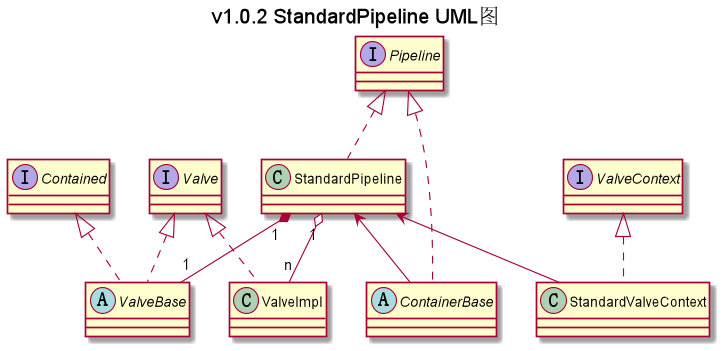
Executioner2/http-server keeps this PlantUML diagram as uml/v1.0.2/pip.png. Above is the earlier version. Its diagram source:
```plantuml
@startuml
title v1.0.2 StandardPipeline UML图

interface Contained
interface Pipeline
interface Valve
interface ValveContext
abstract class ValveBase
abstract class ContainerBase
class StandardPipeline
class StandardValveContext
class ValveImpl

Contained <|.. ValveBase
Valve <|.. ValveBase
Valve <|.. ValveImpl
ValveContext <|.. StandardValveContext
Pipeline <|.. StandardPipeline
Pipeline <|.. ContainerBase
StandardPipeline <-- ContainerBase
StandardPipeline <-- StandardValveContext
StandardPipeline "1" *-- "1" ValveBase
StandardPipeline "1" o-- "n" ValveImpl

@enduml
```
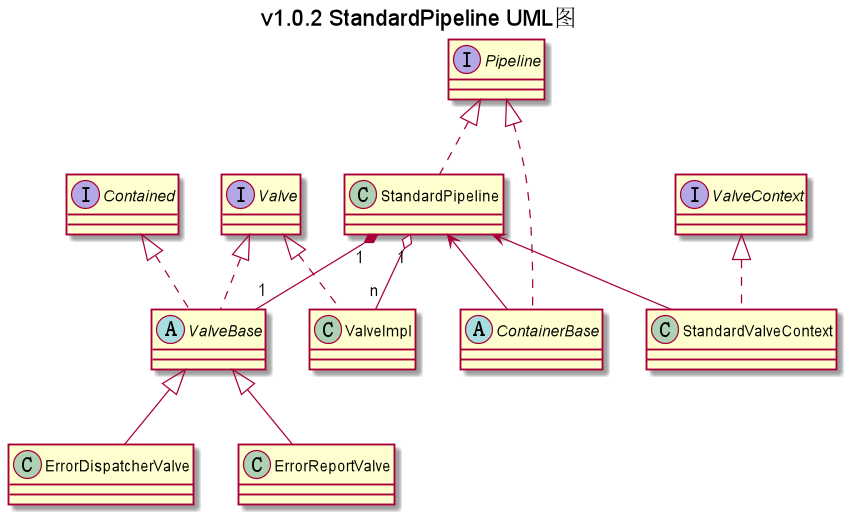
Later version of the same file.

What changed in the source:
```diff
@@ -10,7 +10,11 @@
 class StandardPipeline
 class StandardValveContext
 class ValveImpl
+class ErrorDispatcherValve
+class ErrorReportValve
 
+ValveBase <|-- ErrorDispatcherValve
+ValveBase <|-- ErrorReportValve
 Contained <|.. ValveBase
 Valve <|.. ValveBase
 Valve <|.. ValveImpl
```
